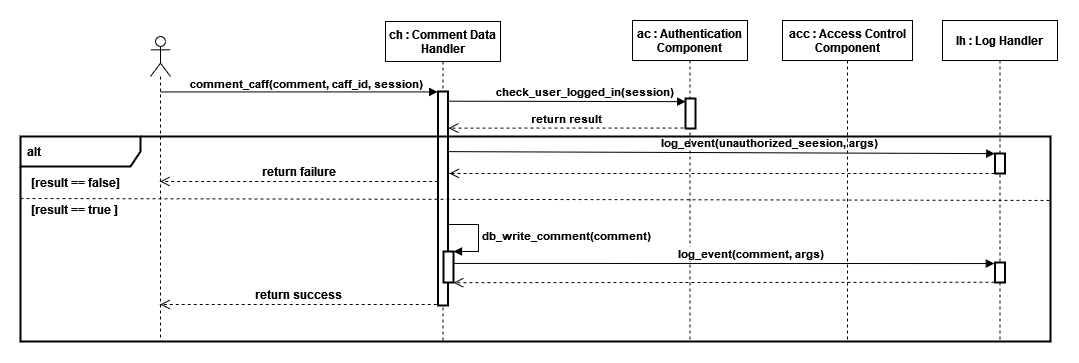
The draw.io diagram Documentation/Sequence diagrams/Sequence_Comment.png in nemkrisz11/Computer-Security-Homework-2021-SHAjt, before a commit. Source tidied: cells renumbered, new cells last; positions are measured from the earlier drawing's top-left corner, leaving out a move shared by most shapes.
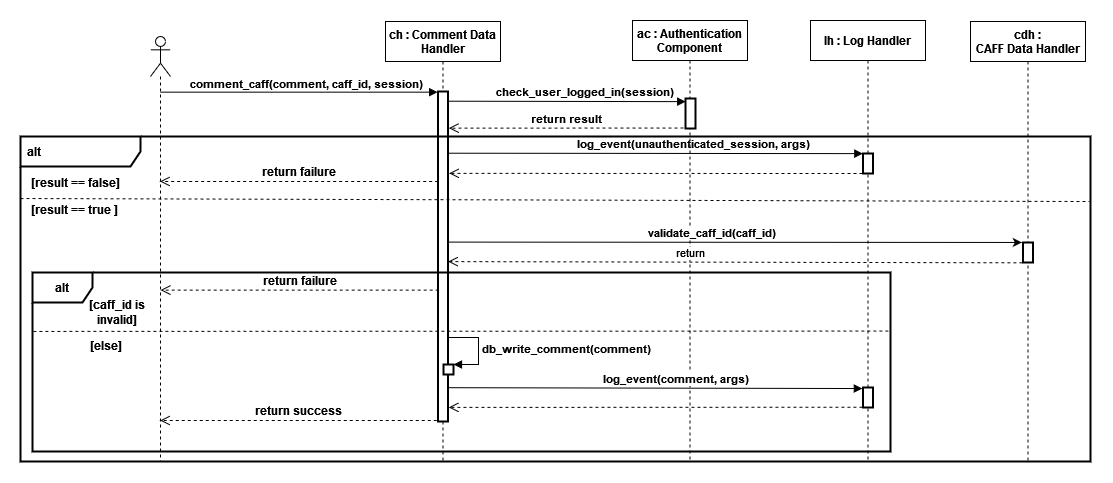
The same diagram one commit later.

Commit message:
Fixed diagram Sequence Comment

Diff of the diagram source:
```diff
@@ -2,29 +2,29 @@
   <root>
     <mxCell id="0" />
     <mxCell id="1" parent="0" />
-    <mxCell id="2" value="&lt;font style=&quot;font-size: 11px&quot;&gt;&lt;b&gt;log_event(unauthorized_seesion, args)&lt;br&gt;&lt;/b&gt;&lt;/font&gt;" style="html=1;verticalAlign=bottom;endArrow=block;rounded=0;fontSize=12;endSize=6;strokeWidth=1;entryX=-0.017;entryY=0.006;entryDx=0;entryDy=0;entryPerimeter=0;exitX=0.944;exitY=0.281;exitDx=0;exitDy=0;exitPerimeter=0;" parent="1" edge="1" source="4" target="20">
+    <mxCell id="2" value="&lt;font style=&quot;font-size: 11px&quot;&gt;&lt;b&gt;log_event(unauthenticated_session, args)&lt;br&gt;&lt;/b&gt;&lt;/font&gt;" style="html=1;verticalAlign=bottom;endArrow=block;rounded=0;fontSize=12;endSize=6;strokeWidth=1;entryX=-0.017;entryY=0.006;entryDx=0;entryDy=0;entryPerimeter=0;exitX=1.097;exitY=0.187;exitDx=0;exitDy=0;exitPerimeter=0;" parent="1" edge="1" source="4" target="20">
       <mxGeometry x="0.18" relative="1" as="geometry" />
     </mxCell>
     <mxCell id="3" value="ch : Comment Data&#10; Handler" style="shape=umlLifeline;perimeter=lifelinePerimeter;rounded=0;shadow=0;strokeWidth=1;fontStyle=1;" parent="1" vertex="1">
-      <mxGeometry x="365" y="1" width="115" height="320" as="geometry" />
+      <mxGeometry x="365" y="1" width="115" height="440" as="geometry" />
     </mxCell>
     <mxCell id="4" style="points=[];perimeter=orthogonalPerimeter;rounded=0;shadow=0;strokeWidth=2;" parent="3" vertex="1">
-      <mxGeometry x="52.5" y="70" width="10" height="214" as="geometry" />
+      <mxGeometry x="52.5" y="70" width="10" height="330" as="geometry" />
     </mxCell>
     <mxCell id="5" style="html=1;points=[];perimeter=orthogonalPerimeter;fontSize=11;strokeWidth=2;" parent="3" vertex="1">
-      <mxGeometry x="58" y="230" width="10" height="31" as="geometry" />
+      <mxGeometry x="58" y="343" width="10" height="10" as="geometry" />
     </mxCell>
     <mxCell id="6" value="&lt;b&gt;db_write_comment(comment)&lt;/b&gt;" style="edgeStyle=orthogonalEdgeStyle;html=1;align=left;spacingLeft=2;endArrow=block;rounded=0;entryX=1;entryY=0;fontSize=11;" parent="3" edge="1" target="5">
       <mxGeometry relative="1" as="geometry">
-        <mxPoint x="63" y="203" as="sourcePoint" />
+        <mxPoint x="63" y="316" as="sourcePoint" />
         <Array as="points">
-          <mxPoint x="93" y="203" />
-          <mxPoint x="93" y="230" />
+          <mxPoint x="93" y="316" />
+          <mxPoint x="93" y="343" />
         </Array>
       </mxGeometry>
     </mxCell>
     <mxCell id="7" style="shape=umlLifeline;participant=umlActor;perimeter=lifelinePerimeter;whiteSpace=wrap;html=1;verticalAlign=top;spacingTop=36;outlineConnect=0;" parent="1" vertex="1">
-      <mxGeometry x="130" y="16" width="20" height="305" as="geometry" />
+      <mxGeometry x="130" y="16" width="20" height="425" as="geometry" />
     </mxCell>
     <mxCell id="8" style="html=1;verticalAlign=bottom;endArrow=block;rounded=0;entryX=-0.036;entryY=0.002;entryDx=0;entryDy=0;entryPerimeter=0;" parent="1" edge="1" source="7" target="4">
       <mxGeometry relative="1" as="geometry" />
@@ -35,7 +35,7 @@
       </mxGeometry>
     </mxCell>
     <mxCell id="10" value="ac : Authentication&#10; Component" style="shape=umlLifeline;perimeter=lifelinePerimeter;rounded=0;shadow=0;strokeWidth=1;fontStyle=1;" parent="1" vertex="1">
-      <mxGeometry x="612" width="115" height="321" as="geometry" />
+      <mxGeometry x="612" width="115" height="441" as="geometry" />
     </mxCell>
     <mxCell id="11" style="perimeter=orthogonalPerimeter;rounded=0;shadow=0;strokeWidth=2;" parent="10" vertex="1">
       <mxGeometry x="53" y="78" width="10" height="30" as="geometry" />
@@ -46,15 +46,14 @@
         <mxPoint x="665.2" y="81.1" as="targetPoint" />
       </mxGeometry>
     </mxCell>
-    <mxCell id="13" value="&lt;b&gt;return result&lt;br&gt;&lt;/b&gt;" style="html=1;verticalAlign=bottom;endArrow=open;dashed=1;endSize=8;rounded=0;exitX=-0.143;exitY=0.795;exitDx=0;exitDy=0;exitPerimeter=0;entryX=1.043;entryY=0.171;entryDx=0;entryDy=0;entryPerimeter=0;" parent="1" edge="1" target="4">
+    <mxCell id="13" value="&lt;b&gt;return result&lt;br&gt;&lt;/b&gt;" style="html=1;verticalAlign=bottom;endArrow=open;dashed=1;endSize=8;rounded=0;exitX=-0.143;exitY=0.795;exitDx=0;exitDy=0;exitPerimeter=0;entryX=1.08;entryY=0.111;entryDx=0;entryDy=0;entryPerimeter=0;" parent="1" edge="1" target="4">
       <mxGeometry relative="1" as="geometry">
         <mxPoint x="663" y="107.5" as="sourcePoint" />
       </mxGeometry>
     </mxCell>
-    <mxCell id="14" style="endArrow=none;dashed=1;html=1;strokeWidth=1;rounded=0;endSize=6;exitX=0;exitY=1;exitDx=0;exitDy=0;entryX=0.999;entryY=0.213;entryDx=0;entryDy=0;entryPerimeter=0;" parent="1" edge="1">
+    <mxCell id="14" style="endArrow=none;dashed=1;html=1;strokeWidth=1;rounded=0;endSize=6;exitX=0;exitY=1;exitDx=0;exitDy=0;entryX=0.999;entryY=0.2;entryDx=0;entryDy=0;entryPerimeter=0;" parent="1" edge="1" target="26">
       <mxGeometry relative="1" as="geometry">
         <mxPoint y="178" as="sourcePoint" />
-        <mxPoint x="1029" y="179.9" as="targetPoint" />
       </mxGeometry>
     </mxCell>
     <mxCell id="15" value="&lt;b&gt;[result == true ]&lt;br&gt;&lt;/b&gt;" style="text;html=1;strokeColor=none;fillColor=none;align=center;verticalAlign=middle;whiteSpace=wrap;rounded=0;" parent="1" vertex="1">
@@ -71,41 +70,77 @@
     </mxCell>
     <mxCell id="18" value="&lt;b&gt;return success&lt;br&gt;&lt;/b&gt;" style="html=1;verticalAlign=bottom;endArrow=open;dashed=1;endSize=8;rounded=0;fontSize=12;strokeWidth=1;exitX=-0.13;exitY=1;exitDx=0;exitDy=0;exitPerimeter=0;" parent="1" edge="1">
       <mxGeometry relative="1" as="geometry">
-        <mxPoint x="416.2" y="284" as="sourcePoint" />
-        <mxPoint x="139.7" y="284" as="targetPoint" />
+        <mxPoint x="416.2" y="400" as="sourcePoint" />
+        <mxPoint x="139.7" y="400" as="targetPoint" />
       </mxGeometry>
     </mxCell>
     <mxCell id="19" value="lh : Log Handler" style="shape=umlLifeline;perimeter=lifelinePerimeter;rounded=0;shadow=0;strokeWidth=1;fontStyle=1;" parent="1" vertex="1">
-      <mxGeometry x="922" width="115" height="321" as="geometry" />
+      <mxGeometry x="790" width="115" height="441" as="geometry" />
     </mxCell>
     <mxCell id="20" style="points=[];perimeter=orthogonalPerimeter;rounded=0;shadow=0;strokeWidth=2;" parent="19" vertex="1">
       <mxGeometry x="52.5" y="133" width="10" height="20" as="geometry" />
     </mxCell>
     <mxCell id="21" style="perimeter=orthogonalPerimeter;rounded=0;shadow=0;strokeWidth=2;" parent="19" vertex="1">
-      <mxGeometry x="52.5" y="242" width="10" height="20" as="geometry" />
+      <mxGeometry x="52.5" y="367" width="10" height="20" as="geometry" />
     </mxCell>
-    <mxCell id="22" value="&lt;font style=&quot;font-size: 11px&quot;&gt;&lt;b&gt;log_event(comment, args)&lt;br&gt;&lt;/b&gt;&lt;/font&gt;" style="html=1;verticalAlign=bottom;endArrow=block;rounded=0;fontSize=12;endSize=6;strokeWidth=1;entryX=-0.067;entryY=0.896;entryDx=0;entryDy=0;entryPerimeter=0;" parent="1" edge="1">
+    <mxCell id="22" value="&lt;font style=&quot;font-size: 11px&quot;&gt;&lt;b&gt;log_event(comment, args)&lt;br&gt;&lt;/b&gt;&lt;/font&gt;" style="html=1;verticalAlign=bottom;endArrow=block;rounded=0;fontSize=12;endSize=6;strokeWidth=1;entryX=-0.067;entryY=0.896;entryDx=0;entryDy=0;entryPerimeter=0;exitX=1.029;exitY=0.842;exitDx=0;exitDy=0;exitPerimeter=0;" parent="1" edge="1">
       <mxGeometry x="0.1" relative="1" as="geometry">
-        <mxPoint x="433" y="242.9" as="sourcePoint" />
-        <mxPoint x="973.8" y="243" as="targetPoint" />
+        <mxPoint x="427.8" y="367.2" as="sourcePoint" />
+        <mxPoint x="841.8" y="368" as="targetPoint" />
       </mxGeometry>
     </mxCell>
-    <mxCell id="23" style="html=1;verticalAlign=bottom;endArrow=open;dashed=1;endSize=8;rounded=0;fontSize=12;strokeWidth=1;exitX=-0.06;exitY=1.003;exitDx=0;exitDy=0;exitPerimeter=0;" parent="1" edge="1">
+    <mxCell id="23" style="html=1;verticalAlign=bottom;endArrow=open;dashed=1;endSize=8;rounded=0;fontSize=12;strokeWidth=1;exitX=-0.06;exitY=1.003;exitDx=0;exitDy=0;exitPerimeter=0;entryX=1.077;entryY=0.934;entryDx=0;entryDy=0;entryPerimeter=0;" parent="1" edge="1">
       <mxGeometry relative="1" as="geometry">
-        <mxPoint x="973.9" y="261.7" as="sourcePoint" />
-        <mxPoint x="433" y="262.2" as="targetPoint" />
+        <mxPoint x="841.9" y="386.7" as="sourcePoint" />
+        <mxPoint x="428.3" y="386.9" as="targetPoint" />
       </mxGeometry>
     </mxCell>
-    <mxCell id="24" value="acc : Access Control&#10;Component" style="shape=umlLifeline;perimeter=lifelinePerimeter;rounded=0;shadow=0;strokeWidth=1;fontStyle=1;" parent="1" vertex="1">
-      <mxGeometry x="762" width="130" height="321" as="geometry" />
-    </mxCell>
-    <mxCell id="25" style="html=1;verticalAlign=bottom;endArrow=open;dashed=1;endSize=8;rounded=0;fontSize=12;strokeWidth=1;exitX=-0.05;exitY=0.075;exitDx=0;exitDy=0;exitPerimeter=0;startSize=7;entryX=1.132;entryY=0.383;entryDx=0;entryDy=0;entryPerimeter=0;" parent="1" edge="1" target="4">
+    <mxCell id="25" style="html=1;verticalAlign=bottom;endArrow=open;dashed=1;endSize=8;rounded=0;fontSize=12;strokeWidth=1;exitX=-0.05;exitY=0.075;exitDx=0;exitDy=0;exitPerimeter=0;startSize=7;entryX=1.116;entryY=0.248;entryDx=0;entryDy=0;entryPerimeter=0;" parent="1" edge="1" target="4">
       <mxGeometry relative="1" as="geometry">
-        <mxPoint x="974" y="153" as="sourcePoint" />
+        <mxPoint x="842" y="153" as="sourcePoint" />
       </mxGeometry>
     </mxCell>
+    <mxCell id="27" value="&lt;b&gt;[caff_id is invalid]&lt;/b&gt;" style="text;html=1;strokeColor=none;fillColor=none;align=center;verticalAlign=middle;whiteSpace=wrap;rounded=0;" parent="1" vertex="1">
+      <mxGeometry x="67" y="276.5" width="60" height="30" as="geometry" />
+    </mxCell>
+    <mxCell id="28" value="&lt;b&gt;return failure&lt;br&gt;&lt;/b&gt;" style="html=1;verticalAlign=bottom;endArrow=open;dashed=1;endSize=8;rounded=0;fontSize=12;strokeWidth=1;exitX=0.016;exitY=0.476;exitDx=0;exitDy=0;exitPerimeter=0;" parent="1" edge="1">
+      <mxGeometry relative="1" as="geometry">
+        <mxPoint x="418.2" y="269.6" as="sourcePoint" />
+        <mxPoint x="140" y="269.6" as="targetPoint" />
+      </mxGeometry>
+    </mxCell>
+    <mxCell id="29" value="cdh :&#10; CAFF Data Handler" style="shape=umlLifeline;perimeter=lifelinePerimeter;rounded=0;shadow=0;strokeWidth=1;fontStyle=1;" parent="1" vertex="1">
+      <mxGeometry x="950" y="1" width="115" height="440" as="geometry" />
+    </mxCell>
+    <mxCell id="30" style="points=[];perimeter=orthogonalPerimeter;rounded=0;shadow=0;strokeWidth=2;" parent="29" vertex="1">
+      <mxGeometry x="52.5" y="221" width="10" height="20" as="geometry" />
+    </mxCell>
+    <mxCell id="31" style="endArrow=classic;html=1;rounded=0;exitX=1.092;exitY=0.432;exitDx=0;exitDy=0;exitPerimeter=0;entryX=-0.118;entryY=-0.002;entryDx=0;entryDy=0;entryPerimeter=0;" parent="1" edge="1" target="30">
+      <mxGeometry relative="1" as="geometry">
+        <mxPoint x="428.4" y="221.6" as="sourcePoint" />
+      </mxGeometry>
+    </mxCell>
+    <mxCell id="32" value="&lt;b&gt;validate_caff_id(caff_id)&lt;/b&gt;" style="edgeLabel;html=1;align=center;verticalAlign=middle;" parent="31" vertex="1">
+      <mxGeometry x="-0.06" relative="1" as="geometry">
+        <mxPoint x="-8" y="-10" as="offset" />
+      </mxGeometry>
+    </mxCell>
+    <mxCell id="33" value="return" style="html=1;verticalAlign=bottom;endArrow=open;dashed=1;endSize=8;rounded=0;entryX=1.01;entryY=0.497;entryDx=0;entryDy=0;entryPerimeter=0;exitX=-0.064;exitY=1.014;exitDx=0;exitDy=0;exitPerimeter=0;" parent="1" edge="1" source="30">
+      <mxGeometry x="0.16" relative="1" as="geometry">
+        <mxPoint x="427.6" y="241.1" as="targetPoint" />
+      </mxGeometry>
+    </mxCell>
+    <mxCell id="34" style="endArrow=none;dashed=1;html=1;strokeWidth=1;rounded=0;endSize=6;entryX=0.999;entryY=0.327;entryDx=0;entryDy=0;entryPerimeter=0;exitX=0.001;exitY=0.329;exitDx=0;exitDy=0;exitPerimeter=0;" parent="1" edge="1" source="36" target="36">
+      <mxGeometry relative="1" as="geometry" />
+    </mxCell>
+    <mxCell id="35" value="&lt;b&gt;[else]&lt;/b&gt;" style="text;html=1;strokeColor=none;fillColor=none;align=center;verticalAlign=middle;whiteSpace=wrap;rounded=0;" parent="1" vertex="1">
+      <mxGeometry x="56" y="309.5" width="60" height="30" as="geometry" />
+    </mxCell>
+    <mxCell id="36" value="&lt;div&gt;&lt;b&gt;alt&lt;/b&gt;&lt;/div&gt;" style="shape=umlFrame;whiteSpace=wrap;html=1;strokeWidth=2;" parent="1" vertex="1">
+      <mxGeometry x="12" y="252" width="858" height="179" as="geometry" />
+    </mxCell>
     <mxCell id="26" value="&lt;font style=&quot;font-size: 12px&quot;&gt;&lt;b&gt;alt&lt;/b&gt;&lt;/font&gt;" style="shape=umlFrame;whiteSpace=wrap;html=1;width=120;height=30;boundedLbl=1;verticalAlign=middle;align=left;spacingLeft=5;strokeWidth=2;" parent="1" vertex="1">
-      <mxGeometry y="116" width="1030" height="205" as="geometry" />
+      <mxGeometry y="116" width="1070" height="325" as="geometry" />
     </mxCell>
   </root>
 </mxGraphModel>
```
